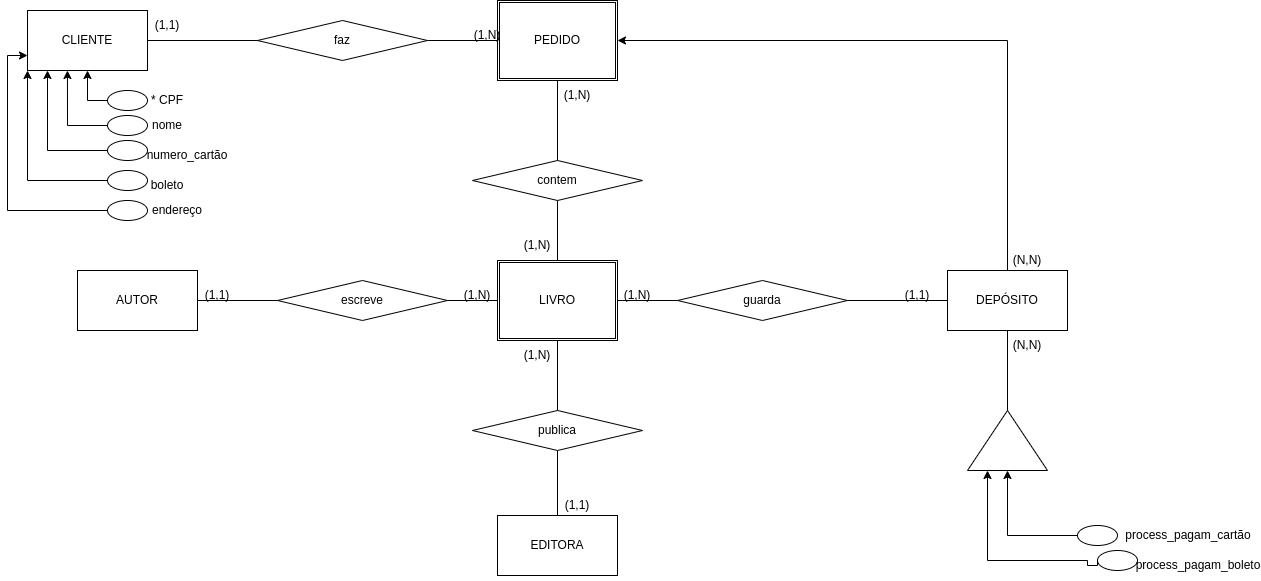
Before: Banco_de_Dados/Q1TRAB.drawio.png, a diagram exported from draw.io (EdinilsonSousa/cods_aleatorios). Source tidied: cells renumbered, new cells last; positions are measured from the earlier drawing's top-left corner, leaving out a move shared by most shapes. The source it was exported from:
```xml
<mxGraphModel>
  <root>
    <mxCell id="0" />
    <mxCell id="1" parent="0" />
    <mxCell id="2" value="CLIENTE" style="rounded=0;whiteSpace=wrap;html=1;" parent="1" vertex="1">
      <mxGeometry y="10" width="120" height="60" as="geometry" />
    </mxCell>
    <mxCell id="3" value="faz" style="rhombus;whiteSpace=wrap;html=1;" parent="1" vertex="1">
      <mxGeometry x="230" y="20" width="170" height="40" as="geometry" />
    </mxCell>
    <mxCell id="4" style="endArrow=none;html=1;rounded=0;exitX=1;exitY=0.5;exitDx=0;exitDy=0;entryX=0;entryY=0.5;entryDx=0;entryDy=0;" parent="1" edge="1" source="2" target="3">
      <mxGeometry relative="1" as="geometry" />
    </mxCell>
    <mxCell id="5" value="(1,1)" style="text;html=1;strokeColor=none;fillColor=none;align=center;verticalAlign=middle;whiteSpace=wrap;rounded=0;" parent="1" vertex="1">
      <mxGeometry x="110" y="10" width="60" height="30" as="geometry" />
    </mxCell>
    <mxCell id="6" value="PEDIDO" style="shape=ext;double=1;rounded=0;whiteSpace=wrap;html=1;" parent="1" vertex="1">
      <mxGeometry x="470" width="120" height="80" as="geometry" />
    </mxCell>
    <mxCell id="7" style="endArrow=none;html=1;rounded=0;exitX=0;exitY=0.5;exitDx=0;exitDy=0;entryX=1;entryY=0.5;entryDx=0;entryDy=0;" parent="1" edge="1" source="6" target="3">
      <mxGeometry relative="1" as="geometry" />
    </mxCell>
    <mxCell id="8" value="contem" style="rhombus;whiteSpace=wrap;html=1;" parent="1" vertex="1">
      <mxGeometry x="445" y="160" width="170" height="40" as="geometry" />
    </mxCell>
    <mxCell id="9" style="endArrow=none;html=1;rounded=0;exitX=0.5;exitY=1;exitDx=0;exitDy=0;entryX=0.5;entryY=0;entryDx=0;entryDy=0;" parent="1" edge="1" source="6" target="8">
      <mxGeometry relative="1" as="geometry" />
    </mxCell>
    <mxCell id="10" value="(1,N)" style="text;html=1;strokeColor=none;fillColor=none;align=center;verticalAlign=middle;whiteSpace=wrap;rounded=0;" parent="1" vertex="1">
      <mxGeometry x="430" y="20" width="60" height="30" as="geometry" />
    </mxCell>
    <mxCell id="11" value="(1,N)" style="text;html=1;strokeColor=none;fillColor=none;align=center;verticalAlign=middle;whiteSpace=wrap;rounded=0;" parent="1" vertex="1">
      <mxGeometry x="520" y="80" width="60" height="30" as="geometry" />
    </mxCell>
    <mxCell id="12" value="LIVRO" style="shape=ext;double=1;rounded=0;whiteSpace=wrap;html=1;" parent="1" vertex="1">
      <mxGeometry x="470" y="260" width="120" height="80" as="geometry" />
    </mxCell>
    <mxCell id="13" value="(1,N)" style="text;html=1;strokeColor=none;fillColor=none;align=center;verticalAlign=middle;whiteSpace=wrap;rounded=0;" parent="1" vertex="1">
      <mxGeometry x="480" y="230" width="60" height="30" as="geometry" />
    </mxCell>
    <mxCell id="14" style="endArrow=none;html=1;rounded=0;entryX=0.5;entryY=1;entryDx=0;entryDy=0;exitX=0.5;exitY=0;exitDx=0;exitDy=0;" parent="1" edge="1" source="12" target="8">
      <mxGeometry relative="1" as="geometry" />
    </mxCell>
    <mxCell id="15" value="escreve" style="rhombus;whiteSpace=wrap;html=1;" parent="1" vertex="1">
      <mxGeometry x="250" y="280" width="170" height="40" as="geometry" />
    </mxCell>
    <mxCell id="16" style="endArrow=none;html=1;rounded=0;entryX=1;entryY=0.5;entryDx=0;entryDy=0;exitX=0;exitY=0.5;exitDx=0;exitDy=0;startArrow=none;" parent="1" edge="1" source="12" target="15">
      <mxGeometry relative="1" as="geometry" />
    </mxCell>
    <mxCell id="17" value="(1,N)" style="text;html=1;strokeColor=none;fillColor=none;align=center;verticalAlign=middle;whiteSpace=wrap;rounded=0;" parent="1" vertex="1">
      <mxGeometry x="420" y="280" width="60" height="30" as="geometry" />
    </mxCell>
    <mxCell id="18" value="(1,1)" style="text;html=1;strokeColor=none;fillColor=none;align=center;verticalAlign=middle;whiteSpace=wrap;rounded=0;" parent="1" vertex="1">
      <mxGeometry x="160" y="280" width="60" height="30" as="geometry" />
    </mxCell>
    <mxCell id="19" style="endArrow=none;html=1;rounded=0;entryX=0;entryY=0.5;entryDx=0;entryDy=0;exitX=1;exitY=0.5;exitDx=0;exitDy=0;" parent="1" edge="1" source="20" target="15">
      <mxGeometry relative="1" as="geometry" />
    </mxCell>
    <mxCell id="20" value="AUTOR" style="rounded=0;whiteSpace=wrap;html=1;" parent="1" vertex="1">
      <mxGeometry x="50" y="270" width="120" height="60" as="geometry" />
    </mxCell>
    <mxCell id="21" value="guarda" style="rhombus;whiteSpace=wrap;html=1;" parent="1" vertex="1">
      <mxGeometry x="650" y="280" width="170" height="40" as="geometry" />
    </mxCell>
    <mxCell id="22" style="endArrow=none;html=1;rounded=0;entryX=1;entryY=0.5;entryDx=0;entryDy=0;exitX=0;exitY=0.5;exitDx=0;exitDy=0;" parent="1" edge="1" source="21" target="12">
      <mxGeometry relative="1" as="geometry" />
    </mxCell>
    <mxCell id="23" value="(1,N)" style="text;html=1;strokeColor=none;fillColor=none;align=center;verticalAlign=middle;whiteSpace=wrap;rounded=0;" parent="1" vertex="1">
      <mxGeometry x="580" y="280" width="60" height="30" as="geometry" />
    </mxCell>
    <mxCell id="24" value="(1,1)" style="text;html=1;strokeColor=none;fillColor=none;align=center;verticalAlign=middle;whiteSpace=wrap;rounded=0;" parent="1" vertex="1">
      <mxGeometry x="860" y="280" width="60" height="30" as="geometry" />
    </mxCell>
    <mxCell id="25" style="endArrow=none;html=1;rounded=0;entryX=1;entryY=0.5;entryDx=0;entryDy=0;exitX=0;exitY=0.5;exitDx=0;exitDy=0;" parent="1" edge="1" source="27" target="21">
      <mxGeometry relative="1" as="geometry" />
    </mxCell>
    <mxCell id="26" style="edgeStyle=orthogonalEdgeStyle;rounded=0;jettySize=auto;html=1;exitX=0.5;exitY=0;exitDx=0;exitDy=0;entryX=1;entryY=0.5;entryDx=0;entryDy=0;" parent="1" edge="1" source="27" target="6">
      <mxGeometry relative="1" as="geometry" />
    </mxCell>
    <mxCell id="27" value="DEPÓSITO" style="rounded=0;whiteSpace=wrap;html=1;" parent="1" vertex="1">
      <mxGeometry x="920" y="270" width="120" height="60" as="geometry" />
    </mxCell>
    <mxCell id="28" value="publica" style="rhombus;whiteSpace=wrap;html=1;" parent="1" vertex="1">
      <mxGeometry x="445" y="410" width="170" height="40" as="geometry" />
    </mxCell>
    <mxCell id="29" value="EDITORA" style="rounded=0;whiteSpace=wrap;html=1;" parent="1" vertex="1">
      <mxGeometry x="470" y="515" width="120" height="60" as="geometry" />
    </mxCell>
    <mxCell id="30" value="(1,1)" style="text;html=1;strokeColor=none;fillColor=none;align=center;verticalAlign=middle;whiteSpace=wrap;rounded=0;" parent="1" vertex="1">
      <mxGeometry x="520" y="490" width="60" height="30" as="geometry" />
    </mxCell>
    <mxCell id="31" style="endArrow=none;html=1;rounded=0;entryX=0.5;entryY=1;entryDx=0;entryDy=0;exitX=0.5;exitY=0;exitDx=0;exitDy=0;" parent="1" edge="1" source="28" target="12">
      <mxGeometry relative="1" as="geometry" />
    </mxCell>
    <mxCell id="32" style="endArrow=none;html=1;rounded=0;entryX=0.5;entryY=1;entryDx=0;entryDy=0;exitX=0.5;exitY=0;exitDx=0;exitDy=0;" parent="1" edge="1" source="29" target="28">
      <mxGeometry relative="1" as="geometry" />
    </mxCell>
    <mxCell id="33" value="(1,N)" style="text;html=1;strokeColor=none;fillColor=none;align=center;verticalAlign=middle;whiteSpace=wrap;rounded=0;" parent="1" vertex="1">
      <mxGeometry x="480" y="340" width="60" height="30" as="geometry" />
    </mxCell>
    <mxCell id="34" style="ellipse;whiteSpace=wrap;html=1;" parent="1" vertex="1">
      <mxGeometry x="80" y="90" width="40" height="20" as="geometry" />
    </mxCell>
    <mxCell id="35" style="ellipse;whiteSpace=wrap;html=1;" parent="1" vertex="1">
      <mxGeometry x="80" y="115" width="40" height="20" as="geometry" />
    </mxCell>
    <mxCell id="36" style="edgeStyle=orthogonalEdgeStyle;rounded=0;jettySize=auto;html=1;exitX=0;exitY=0.5;exitDx=0;exitDy=0;entryX=0.5;entryY=1;entryDx=0;entryDy=0;" parent="1" edge="1" source="34" target="2">
      <mxGeometry relative="1" as="geometry" />
    </mxCell>
    <mxCell id="37" style="edgeStyle=orthogonalEdgeStyle;rounded=0;jettySize=auto;html=1;exitX=0;exitY=0.5;exitDx=0;exitDy=0;entryX=0.333;entryY=1;entryDx=0;entryDy=0;entryPerimeter=0;" parent="1" edge="1" source="35" target="2">
      <mxGeometry relative="1" as="geometry">
        <Array as="points">
          <mxPoint x="40" y="125" />
        </Array>
      </mxGeometry>
    </mxCell>
    <mxCell id="38" value="* CPF" style="text;html=1;strokeColor=none;fillColor=none;align=center;verticalAlign=middle;whiteSpace=wrap;rounded=0;" parent="1" vertex="1">
      <mxGeometry x="110" y="85" width="60" height="30" as="geometry" />
    </mxCell>
    <mxCell id="39" value="nome" style="text;html=1;strokeColor=none;fillColor=none;align=center;verticalAlign=middle;whiteSpace=wrap;rounded=0;" parent="1" vertex="1">
      <mxGeometry x="110" y="110" width="60" height="30" as="geometry" />
    </mxCell>
    <mxCell id="40" style="ellipse;whiteSpace=wrap;html=1;" parent="1" vertex="1">
      <mxGeometry x="80" y="140" width="40" height="20" as="geometry" />
    </mxCell>
    <mxCell id="41" style="edgeStyle=orthogonalEdgeStyle;rounded=0;jettySize=auto;html=1;exitX=0;exitY=0.5;exitDx=0;exitDy=0;" parent="1" edge="1" source="40">
      <mxGeometry relative="1" as="geometry">
        <mxPoint x="20" y="70" as="targetPoint" />
        <Array as="points">
          <mxPoint x="20" y="150" />
        </Array>
      </mxGeometry>
    </mxCell>
    <mxCell id="42" value="numero_cartão" style="text;html=1;strokeColor=none;fillColor=none;align=center;verticalAlign=middle;whiteSpace=wrap;rounded=0;" parent="1" vertex="1">
      <mxGeometry x="130" y="140" width="60" height="30" as="geometry" />
    </mxCell>
    <mxCell id="43" style="ellipse;whiteSpace=wrap;html=1;" parent="1" vertex="1">
      <mxGeometry x="1050" y="525" width="40" height="20" as="geometry" />
    </mxCell>
    <mxCell id="44" style="edgeStyle=orthogonalEdgeStyle;rounded=0;jettySize=auto;html=1;exitX=0;exitY=0.5;exitDx=0;exitDy=0;entryX=0;entryY=0.5;entryDx=0;entryDy=0;" parent="1" edge="1" source="43" target="46">
      <mxGeometry relative="1" as="geometry">
        <Array as="points">
          <mxPoint x="980" y="535" />
        </Array>
      </mxGeometry>
    </mxCell>
    <mxCell id="45" value="process_pagam_cartão" style="text;html=1;strokeColor=none;fillColor=none;align=center;verticalAlign=middle;whiteSpace=wrap;rounded=0;" parent="1" vertex="1">
      <mxGeometry x="1131" y="520" width="60" height="30" as="geometry" />
    </mxCell>
    <mxCell id="46" style="triangle;whiteSpace=wrap;html=1;direction=north;" parent="1" vertex="1">
      <mxGeometry x="940" y="410" width="80" height="60" as="geometry" />
    </mxCell>
    <mxCell id="47" style="endArrow=none;html=1;rounded=0;entryX=1;entryY=0.5;entryDx=0;entryDy=0;exitX=0.5;exitY=1;exitDx=0;exitDy=0;" parent="1" edge="1" source="27" target="46">
      <mxGeometry relative="1" as="geometry" />
    </mxCell>
    <mxCell id="48" style="ellipse;whiteSpace=wrap;html=1;" parent="1" vertex="1">
      <mxGeometry x="80" y="170" width="40" height="20" as="geometry" />
    </mxCell>
    <mxCell id="49" value="boleto" style="text;html=1;strokeColor=none;fillColor=none;align=center;verticalAlign=middle;whiteSpace=wrap;rounded=0;" parent="1" vertex="1">
      <mxGeometry x="110" y="170" width="60" height="30" as="geometry" />
    </mxCell>
    <mxCell id="50" value="(N,N)" style="text;html=1;strokeColor=none;fillColor=none;align=center;verticalAlign=middle;whiteSpace=wrap;rounded=0;" parent="1" vertex="1">
      <mxGeometry x="970" y="330" width="60" height="30" as="geometry" />
    </mxCell>
    <mxCell id="51" value="(N,N)" style="text;html=1;strokeColor=none;fillColor=none;align=center;verticalAlign=middle;whiteSpace=wrap;rounded=0;" parent="1" vertex="1">
      <mxGeometry x="970" y="245" width="60" height="30" as="geometry" />
    </mxCell>
    <mxCell id="52" style="edgeStyle=orthogonalEdgeStyle;rounded=0;jettySize=auto;html=1;entryX=0;entryY=1;entryDx=0;entryDy=0;exitX=0;exitY=0.5;exitDx=0;exitDy=0;" parent="1" edge="1" source="48" target="2">
      <mxGeometry relative="1" as="geometry">
        <Array as="points">
          <mxPoint y="180" />
        </Array>
      </mxGeometry>
    </mxCell>
    <mxCell id="53" style="ellipse;whiteSpace=wrap;html=1;" parent="1" vertex="1">
      <mxGeometry x="1070" y="550" width="40" height="20" as="geometry" />
    </mxCell>
    <mxCell id="54" style="edgeStyle=orthogonalEdgeStyle;rounded=0;jettySize=auto;html=1;entryX=0;entryY=0.25;entryDx=0;entryDy=0;exitX=0;exitY=0.5;exitDx=0;exitDy=0;" parent="1" edge="1" source="53" target="46">
      <mxGeometry relative="1" as="geometry">
        <Array as="points">
          <mxPoint x="1060" y="565" />
          <mxPoint x="1060" y="560" />
          <mxPoint x="960" y="560" />
        </Array>
      </mxGeometry>
    </mxCell>
    <mxCell id="55" value="process_pagam_boleto" style="text;html=1;strokeColor=none;fillColor=none;align=center;verticalAlign=middle;whiteSpace=wrap;rounded=0;" parent="1" vertex="1">
      <mxGeometry x="1141" y="550" width="60" height="30" as="geometry" />
    </mxCell>
    <mxCell id="56" style="edgeStyle=orthogonalEdgeStyle;rounded=0;jettySize=auto;html=1;exitX=0;exitY=0.5;exitDx=0;exitDy=0;entryX=0;entryY=0.75;entryDx=0;entryDy=0;" parent="1" edge="1" source="57" target="2">
      <mxGeometry relative="1" as="geometry" />
    </mxCell>
    <mxCell id="57" style="ellipse;whiteSpace=wrap;html=1;" parent="1" vertex="1">
      <mxGeometry x="80" y="200" width="40" height="20" as="geometry" />
    </mxCell>
    <mxCell id="58" value="endereço" style="text;html=1;strokeColor=none;fillColor=none;align=center;verticalAlign=middle;whiteSpace=wrap;rounded=0;" parent="1" vertex="1">
      <mxGeometry x="120" y="195" width="60" height="30" as="geometry" />
    </mxCell>
  </root>
</mxGraphModel>
```
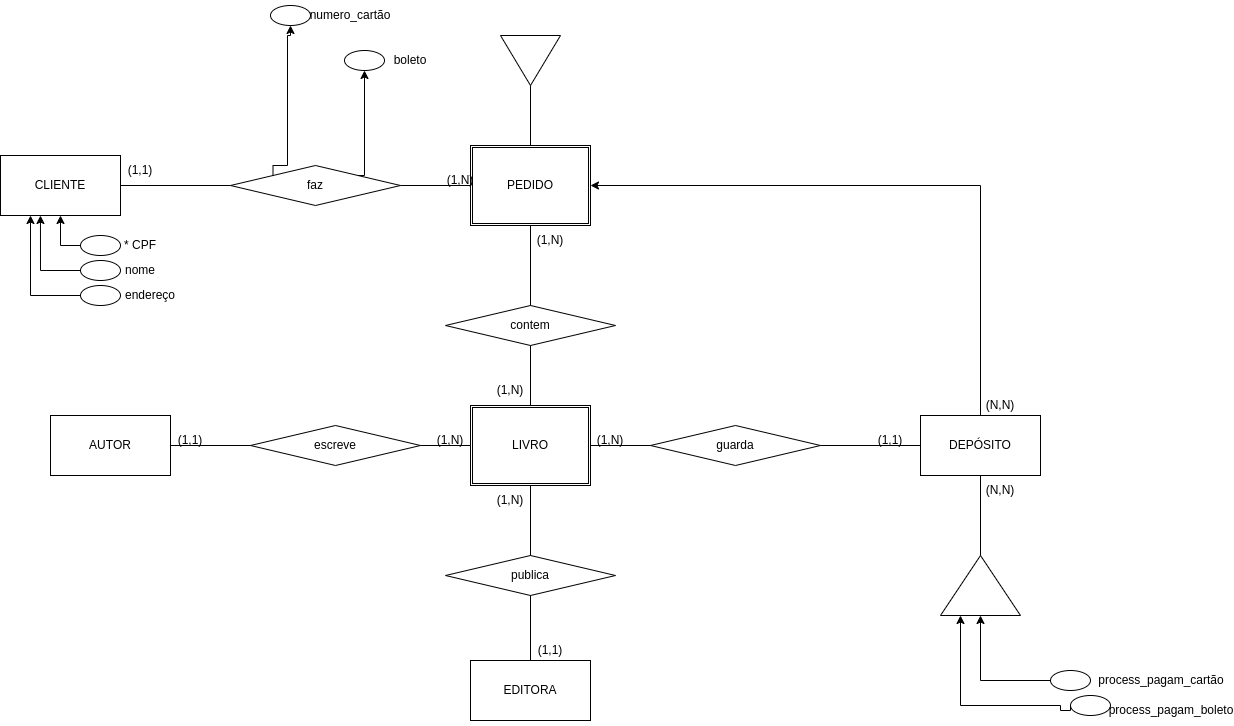
After the commit.

What changed in the source:
```diff
@@ -120,20 +120,6 @@
     <mxCell id="39" value="nome" style="text;html=1;strokeColor=none;fillColor=none;align=center;verticalAlign=middle;whiteSpace=wrap;rounded=0;" parent="1" vertex="1">
       <mxGeometry x="110" y="110" width="60" height="30" as="geometry" />
     </mxCell>
-    <mxCell id="40" style="ellipse;whiteSpace=wrap;html=1;" parent="1" vertex="1">
-      <mxGeometry x="80" y="140" width="40" height="20" as="geometry" />
-    </mxCell>
-    <mxCell id="41" style="edgeStyle=orthogonalEdgeStyle;rounded=0;jettySize=auto;html=1;exitX=0;exitY=0.5;exitDx=0;exitDy=0;" parent="1" edge="1" source="40">
-      <mxGeometry relative="1" as="geometry">
-        <mxPoint x="20" y="70" as="targetPoint" />
-        <Array as="points">
-          <mxPoint x="20" y="150" />
-        </Array>
-      </mxGeometry>
-    </mxCell>
-    <mxCell id="42" value="numero_cartão" style="text;html=1;strokeColor=none;fillColor=none;align=center;verticalAlign=middle;whiteSpace=wrap;rounded=0;" parent="1" vertex="1">
-      <mxGeometry x="130" y="140" width="60" height="30" as="geometry" />
-    </mxCell>
     <mxCell id="43" style="ellipse;whiteSpace=wrap;html=1;" parent="1" vertex="1">
       <mxGeometry x="1050" y="525" width="40" height="20" as="geometry" />
     </mxCell>
@@ -154,10 +140,10 @@
       <mxGeometry relative="1" as="geometry" />
     </mxCell>
     <mxCell id="48" style="ellipse;whiteSpace=wrap;html=1;" parent="1" vertex="1">
-      <mxGeometry x="80" y="170" width="40" height="20" as="geometry" />
+      <mxGeometry x="344" y="-95" width="40" height="20" as="geometry" />
     </mxCell>
     <mxCell id="49" value="boleto" style="text;html=1;strokeColor=none;fillColor=none;align=center;verticalAlign=middle;whiteSpace=wrap;rounded=0;" parent="1" vertex="1">
-      <mxGeometry x="110" y="170" width="60" height="30" as="geometry" />
+      <mxGeometry x="380" y="-100" width="60" height="30" as="geometry" />
     </mxCell>
     <mxCell id="50" value="(N,N)" style="text;html=1;strokeColor=none;fillColor=none;align=center;verticalAlign=middle;whiteSpace=wrap;rounded=0;" parent="1" vertex="1">
       <mxGeometry x="970" y="330" width="60" height="30" as="geometry" />
@@ -165,13 +151,6 @@
     <mxCell id="51" value="(N,N)" style="text;html=1;strokeColor=none;fillColor=none;align=center;verticalAlign=middle;whiteSpace=wrap;rounded=0;" parent="1" vertex="1">
       <mxGeometry x="970" y="245" width="60" height="30" as="geometry" />
     </mxCell>
-    <mxCell id="52" style="edgeStyle=orthogonalEdgeStyle;rounded=0;jettySize=auto;html=1;entryX=0;entryY=1;entryDx=0;entryDy=0;exitX=0;exitY=0.5;exitDx=0;exitDy=0;" parent="1" edge="1" source="48" target="2">
-      <mxGeometry relative="1" as="geometry">
-        <Array as="points">
-          <mxPoint y="180" />
-        </Array>
-      </mxGeometry>
-    </mxCell>
     <mxCell id="53" style="ellipse;whiteSpace=wrap;html=1;" parent="1" vertex="1">
       <mxGeometry x="1070" y="550" width="40" height="20" as="geometry" />
     </mxCell>
@@ -187,14 +166,46 @@
     <mxCell id="55" value="process_pagam_boleto" style="text;html=1;strokeColor=none;fillColor=none;align=center;verticalAlign=middle;whiteSpace=wrap;rounded=0;" parent="1" vertex="1">
       <mxGeometry x="1141" y="550" width="60" height="30" as="geometry" />
     </mxCell>
-    <mxCell id="56" style="edgeStyle=orthogonalEdgeStyle;rounded=0;jettySize=auto;html=1;exitX=0;exitY=0.5;exitDx=0;exitDy=0;entryX=0;entryY=0.75;entryDx=0;entryDy=0;" parent="1" edge="1" source="57" target="2">
-      <mxGeometry relative="1" as="geometry" />
+    <mxCell id="56" style="edgeStyle=orthogonalEdgeStyle;rounded=0;jettySize=auto;html=1;exitX=0;exitY=0.5;exitDx=0;exitDy=0;entryX=0.25;entryY=1;entryDx=0;entryDy=0;" parent="1" edge="1" source="57" target="2">
+      <mxGeometry relative="1" as="geometry">
+        <Array as="points">
+          <mxPoint x="30" y="150" />
+        </Array>
+      </mxGeometry>
     </mxCell>
     <mxCell id="57" style="ellipse;whiteSpace=wrap;html=1;" parent="1" vertex="1">
-      <mxGeometry x="80" y="200" width="40" height="20" as="geometry" />
+      <mxGeometry x="80" y="140" width="40" height="20" as="geometry" />
     </mxCell>
     <mxCell id="58" value="endereço" style="text;html=1;strokeColor=none;fillColor=none;align=center;verticalAlign=middle;whiteSpace=wrap;rounded=0;" parent="1" vertex="1">
-      <mxGeometry x="120" y="195" width="60" height="30" as="geometry" />
+      <mxGeometry x="120" y="135" width="60" height="30" as="geometry" />
     </mxCell>
+    <mxCell id="59" style="edgeStyle=orthogonalEdgeStyle;rounded=0;jettySize=auto;html=1;exitX=1;exitY=0;exitDx=0;exitDy=0;entryX=0.5;entryY=1;entryDx=0;entryDy=0;" parent="1" edge="1" source="3" target="48">
+      <mxGeometry relative="1" as="geometry">
+        <Array as="points">
+          <mxPoint x="364" y="30" />
+        </Array>
+      </mxGeometry>
+    </mxCell>
+    <mxCell id="60" style="triangle;whiteSpace=wrap;html=1;direction=south;" parent="1" vertex="1">
+      <mxGeometry x="500" y="-110" width="60" height="50" as="geometry" />
+    </mxCell>
+    <mxCell id="61" style="endArrow=none;html=1;rounded=0;exitX=1;exitY=0.5;exitDx=0;exitDy=0;entryX=0.5;entryY=0;entryDx=0;entryDy=0;" parent="1" edge="1" source="60" target="6">
+      <mxGeometry relative="1" as="geometry" />
+    </mxCell>
+    <mxCell id="62" style="edgeStyle=orthogonalEdgeStyle;rounded=0;jettySize=auto;html=1;exitX=0;exitY=0;exitDx=0;exitDy=0;entryX=0.5;entryY=1;entryDx=0;entryDy=0;" parent="1" edge="1" source="3" target="63">
+      <mxGeometry relative="1" as="geometry">
+        <Array as="points">
+          <mxPoint x="273" y="20" />
+          <mxPoint x="287" y="20" />
+          <mxPoint x="287" y="-110" />
+        </Array>
+      </mxGeometry>
+    </mxCell>
+    <mxCell id="63" style="ellipse;whiteSpace=wrap;html=1;" parent="1" vertex="1">
+      <mxGeometry x="270" y="-140" width="40" height="20" as="geometry" />
+    </mxCell>
+    <mxCell id="42" value="numero_cartão" style="text;html=1;strokeColor=none;fillColor=none;align=center;verticalAlign=middle;whiteSpace=wrap;rounded=0;" parent="1" vertex="1">
+      <mxGeometry x="320" y="-145" width="60" height="30" as="geometry" />
+    </mxCell>
   </root>
 </mxGraphModel>
```
